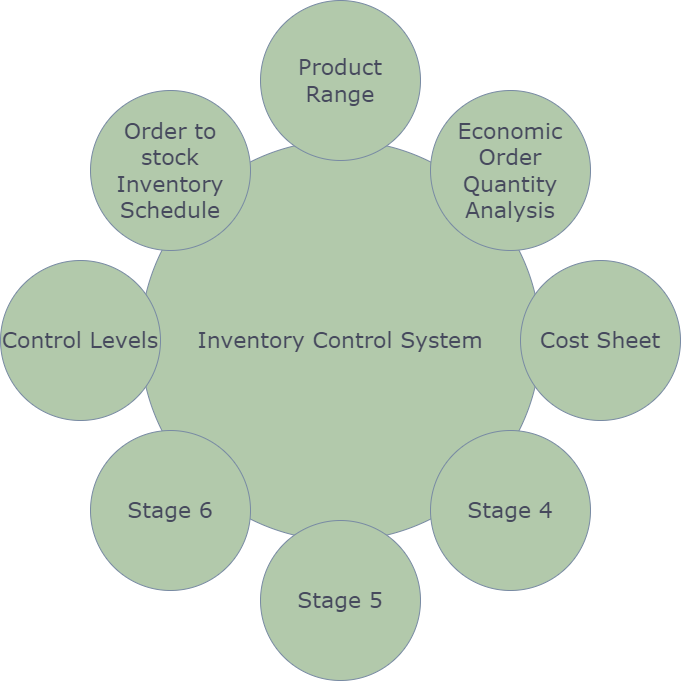
Before: resources/Inventory Control System.png, a diagram exported from draw.io (Iann-urus/Inventory-Control-System). Source tidied: cells renumbered, new cells last; positions are measured from the earlier drawing's top-left corner, leaving out a move shared by most shapes.
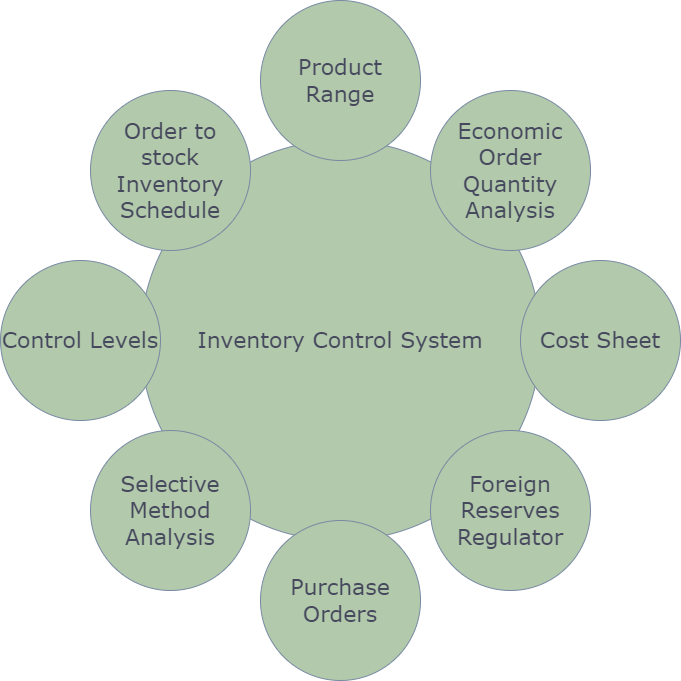
The same diagram one commit later.

What changed in the source:
```diff
@@ -1,4 +1,4 @@
-<mxGraphModel>
+<mxGraphModel background="#ffffff">
   <root>
     <mxCell id="0" />
     <mxCell id="1" parent="0" />
@@ -8,7 +8,7 @@
     <mxCell id="3" value="Product Range" style="ellipse;whiteSpace=wrap;html=1;rounded=0;shadow=0;dashed=0;comic=0;fontFamily=Verdana;fontSize=22;fontColor=#46495D;fillColor=#B2C9AB;strokeColor=#788AA3;labelBackgroundColor=none;" parent="1" vertex="1">
       <mxGeometry x="260" width="160" height="160" as="geometry" />
     </mxCell>
-    <mxCell id="4" value="Stage 5" style="ellipse;whiteSpace=wrap;html=1;rounded=0;shadow=0;dashed=0;comic=0;fontFamily=Verdana;fontSize=22;fontColor=#46495D;fillColor=#B2C9AB;strokeColor=#788AA3;labelBackgroundColor=none;" parent="1" vertex="1">
+    <mxCell id="4" value="Purchase Orders" style="ellipse;whiteSpace=wrap;html=1;rounded=0;shadow=0;dashed=0;comic=0;fontFamily=Verdana;fontSize=22;fontColor=#46495D;fillColor=#B2C9AB;strokeColor=#788AA3;labelBackgroundColor=none;" parent="1" vertex="1">
       <mxGeometry x="260" y="520" width="160" height="160" as="geometry" />
     </mxCell>
     <mxCell id="5" value="Cost Sheet" style="ellipse;whiteSpace=wrap;html=1;rounded=0;shadow=0;dashed=0;comic=0;fontFamily=Verdana;fontSize=22;fontColor=#46495D;fillColor=#B2C9AB;strokeColor=#788AA3;labelBackgroundColor=none;" parent="1" vertex="1">
@@ -23,10 +23,10 @@
     <mxCell id="8" value="Economic Order Quantity Analysis" style="ellipse;whiteSpace=wrap;html=1;rounded=0;shadow=0;dashed=0;comic=0;fontFamily=Verdana;fontSize=22;fontColor=#46495D;fillColor=#B2C9AB;strokeColor=#788AA3;labelBackgroundColor=none;" parent="1" vertex="1">
       <mxGeometry x="430" y="90" width="160" height="160" as="geometry" />
     </mxCell>
-    <mxCell id="9" value="Stage 4" style="ellipse;whiteSpace=wrap;html=1;rounded=0;shadow=0;dashed=0;comic=0;fontFamily=Verdana;fontSize=22;fontColor=#46495D;fillColor=#B2C9AB;strokeColor=#788AA3;labelBackgroundColor=none;" parent="1" vertex="1">
+    <mxCell id="9" value="Foreign Reserves&lt;div&gt;Regulator&lt;/div&gt;" style="ellipse;whiteSpace=wrap;html=1;rounded=0;shadow=0;dashed=0;comic=0;fontFamily=Verdana;fontSize=22;fontColor=#46495D;fillColor=#B2C9AB;strokeColor=#788AA3;labelBackgroundColor=none;" parent="1" vertex="1">
       <mxGeometry x="430" y="430" width="160" height="160" as="geometry" />
     </mxCell>
-    <mxCell id="10" value="Stage 6" style="ellipse;whiteSpace=wrap;html=1;rounded=0;shadow=0;dashed=0;comic=0;fontFamily=Verdana;fontSize=22;fontColor=#46495D;fillColor=#B2C9AB;strokeColor=#788AA3;labelBackgroundColor=none;" parent="1" vertex="1">
+    <mxCell id="10" value="Selective Method Analysis" style="ellipse;whiteSpace=wrap;html=1;rounded=0;shadow=0;dashed=0;comic=0;fontFamily=Verdana;fontSize=22;fontColor=#46495D;fillColor=#B2C9AB;strokeColor=#788AA3;labelBackgroundColor=none;" parent="1" vertex="1">
       <mxGeometry x="90" y="430" width="160" height="160" as="geometry" />
     </mxCell>
   </root>
```
